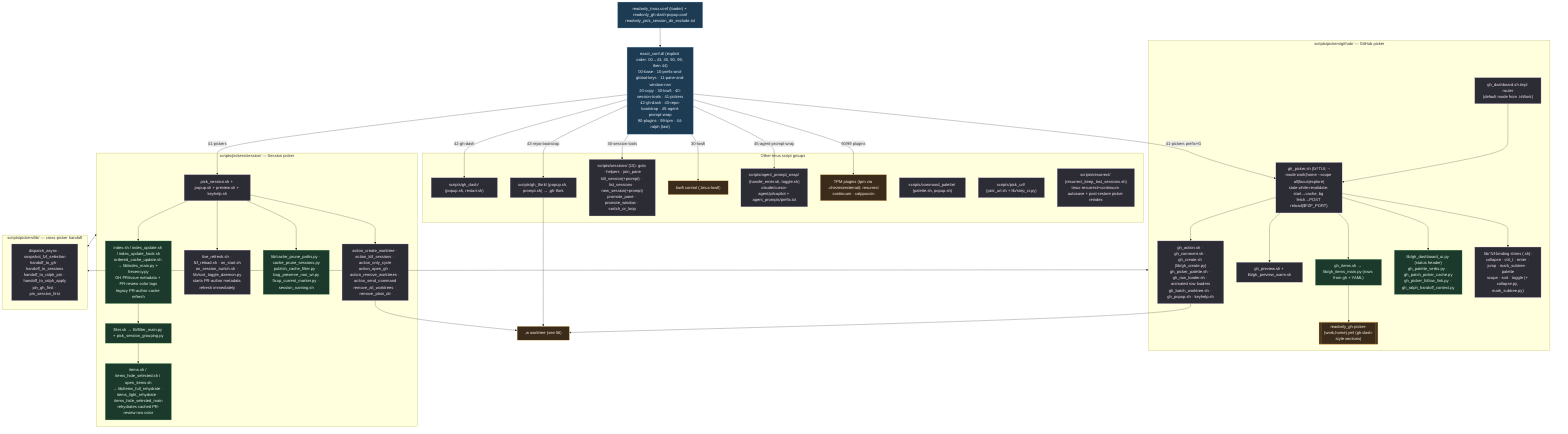
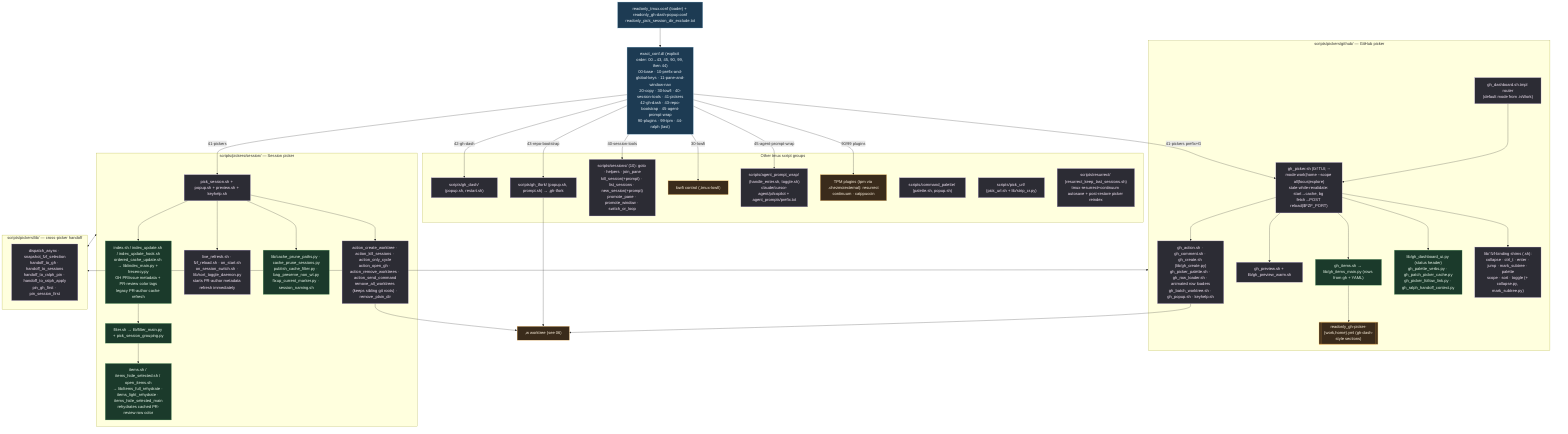
%% ============================================================================
%% 05-tmux-pickers.mmd — Every file under home/dot_config/exact_tmux/ (119).
%% Loader sources files explicitly: 00..43, 45, 90, 99, then 44-ralph after TPM.
%% Deployed to ~/.config/tmux/. Prefix = C-Space.
%% ============================================================================
flowchart TD
    classDef conf fill:#1d3b53,stroke:#7fb3d5,color:#eaf2f8;
    classDef sh fill:#2c2c34,stroke:#b39ddb,color:#f3e5f5;
    classDef py fill:#1b3a2b,stroke:#81c784,color:#e8f5e9;
    classDef data fill:#3a2b1b,stroke:#ffb74d,color:#fff3e0;

    LOADER["readonly_tmux.conf (loader) + readonly_gh-dash-popup.conf<br/>readonly_pick_session_dir_exclude.txt"]:::conf
    LOADER --> CONFD["exact_conf.d/ (explicit order: 00→43, 45, 90, 99, then 44)<br/>00-base · 10-prefix-and-global-keys · 11-pane-and-window-nav<br/>20-copy · 30-lowfi · 40-session-tools · 41-pickers<br/>42-gh-dash · 43-repo-bootstrap · 45-agent-prompt-wrap<br/>90-plugins · 99-tpm · 44-ralph (last)"]:::conf

    CONFD -->|41-pickers prefix+G| GHP
    CONFD -->|41-pickers| SESS
    CONFD -->|42-gh-dash| GHDASH
    CONFD -->|43-repo-bootstrap| TFORK
    CONFD -->|40-session-tools| SESSIONS
    CONFD -->|30-lowfi| LOWFI
    CONFD -->|45-agent-prompt-wrap| APW
    CONFD -->|90/99 plugins| PLUGINS

    subgraph GH["scripts/pickers/github/ — GitHub picker"]
        GHROUTER["gh_dashboard.sh.tmpl router<br/>(default mode from .isWork)"]:::sh
        GHP["gh_picker.sh (fzf TUI; --mode work|home --scope all|focus|explore)<br/>stale-while-revalidate: start→cache, bg fetch→POST reload($FZF_PORT)"]:::sh
        GHITEMS["gh_items.sh → lib/gh_items_main.py (rows from gh + YAML)"]:::py
        GHCFG[["readonly_gh-picker-{work,home}.yml (gh-dash-style sections)"]]:::data
        GHPREV["gh_preview.sh + lib/gh_preview_warm.sh"]:::sh
        GHACT["gh_action.sh · gh_comment.sh · gh_create.sh (lib/gh_create.py)<br/>gh_picker_palette.sh · gh_row_loader.sh · animated row loaders<br/>gh_batch_worktree.sh · gh_popup.sh · keyhelp.sh"]:::sh
        GHUI["lib/gh_dashboard_ui.py (status header)<br/>gh_palette_verbs.py · gh_patch_picker_cache.py<br/>gh_picker_follow_link.py · gh_ralph_handoff_context.py"]:::py
        GHBIND["lib/ fzf-binding shims (.sh):<br/>collapse · ctrl_t · enter · jump · mark_subtree · palette<br/>scope · sort · toggle (+ collapse.py, mark_subtree.py)"]:::sh
        GHROUTER --> GHP --> GHITEMS --> GHCFG
        GHP --> GHPREV & GHACT & GHUI & GHBIND
    end

    subgraph SE["scripts/pickers/session/ — Session picker"]
        SESS["pick_session.sh + popup.sh + preview.sh + keyhelp.sh"]:::sh
        SIDX["index.sh / index_update.sh / index_update_hook.sh<br/>ordered_cache_update.sh → lib/index_main.py + frecency.py<br/>GH PR/issue metadata + PR-review color tags<br/>legacy PR-author cache refresh"]:::py
        SFILT["filter.sh → lib/filter_main.py + pick_session_grouping.py"]:::py
        SITEMS["items.sh / items_hide_selected.sh / open_items.sh<br/>→ lib/items_full_rehydrate · items_light_rehydrate · items_hide_selected_main<br/>rehydrates cached PR-review row color"]:::py
        SLIVE["live_refresh.sh · fzf_reload.sh · on_start.sh<br/>on_session_switch.sh · lib/sort_toggle_daemon.py<br/>starts PR-author metadata refresh immediately"]:::sh
        SCACHE["lib/cache_prune_paths.py · cache_prune_sessions.py<br/>publish_cache_filter.py · bag_preserve_non_wt.py<br/>fixup_current_marker.py · session_naming.sh"]:::py
-         SACT["action_create_worktree · action_kill_sessions · action_only_cycle<br/>action_open_gh · action_remove_worktrees · action_send_command<br/>remove_all_worktrees · remove_plain_dir"]:::sh
+         SACT["action_create_worktree · action_kill_sessions · action_only_cycle<br/>action_open_gh · action_remove_worktrees · action_send_command<br/>remove_all_worktrees (keeps sibling git roots) · remove_plain_dir"]:::sh
        SESS --> SIDX --> SFILT --> SITEMS
        SESS --> SLIVE & SCACHE & SACT
    end

    subgraph PLIB["scripts/pickers/lib/ — cross-picker handoff"]
        HO["dispatch_async · snapshot_fzf_selection<br/>handoff_to_gh · handoff_to_sessions<br/>handoff_to_ralph_pin · handoff_to_ralph_apply<br/>pin_gh_first · pin_session_first"]:::sh
    end
    GH <--> PLIB
    SE <--> PLIB

    subgraph OTHER["Other tmux script groups"]
        SESSIONS["scripts/sessions/ (10): goto · helpers · join_pane<br/>kill_session(+prompt) · list_sessions · new_session(+prompt)<br/>promote_pane · promote_window · switch_or_loop"]:::sh
        GHDASH["scripts/gh_dash/ (popup.sh, restart.sh)"]:::sh
        TFORK["scripts/gh_tfork/ (popup.sh, prompt.sh) → ,gh-tfork"]:::sh
        CMDP["scripts/command_palette/ (palette.sh, popup.sh)"]:::sh
        PURL["scripts/pick_url/ (pick_url.sh + lib/strip_cr.py)"]:::sh
        APW["scripts/agent_prompt_wrap/ (handle_enter.sh, toggle.sh)<br/>claude/cursor-agent/pi/copilot + agent_prompts/prefix.txt"]:::sh
        RESUR["scripts/resurrect/ (resurrect_keep_last_sessions.sh)<br/>tmux-resurrect+continuum autosave + post-restore picker reindex"]:::sh
        LOWFI["lowfi control (,tmux-lowfi)"]:::data
        PLUGINS["TPM plugins (tpm via .chezmoiexternal): resurrect<br/>continuum · catppuccin"]:::data
    end
    SACT --> WLINK[",w worktree (see 06)"]:::data
    GHACT --> WLINK
    TFORK --> WLINK
